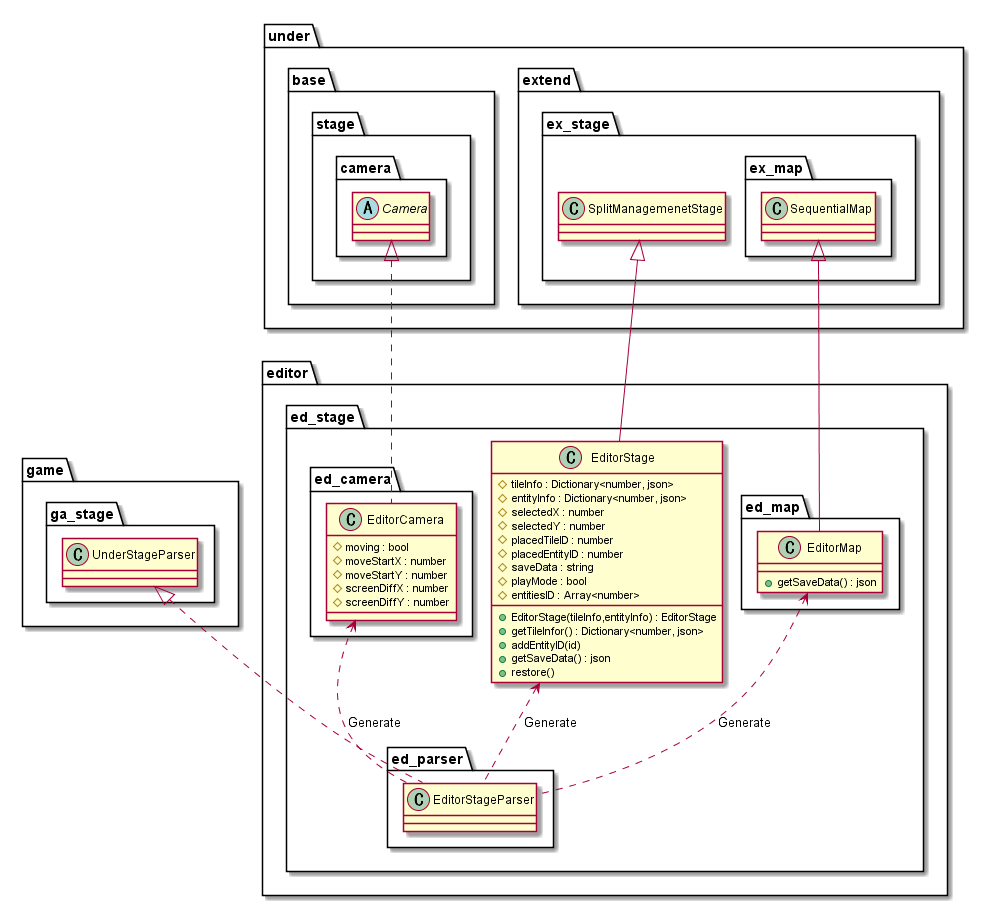
Expine/Under keeps this PlantUML diagram as out/uml/editor/Stage/EditorStage.png. Above is the earlier version.
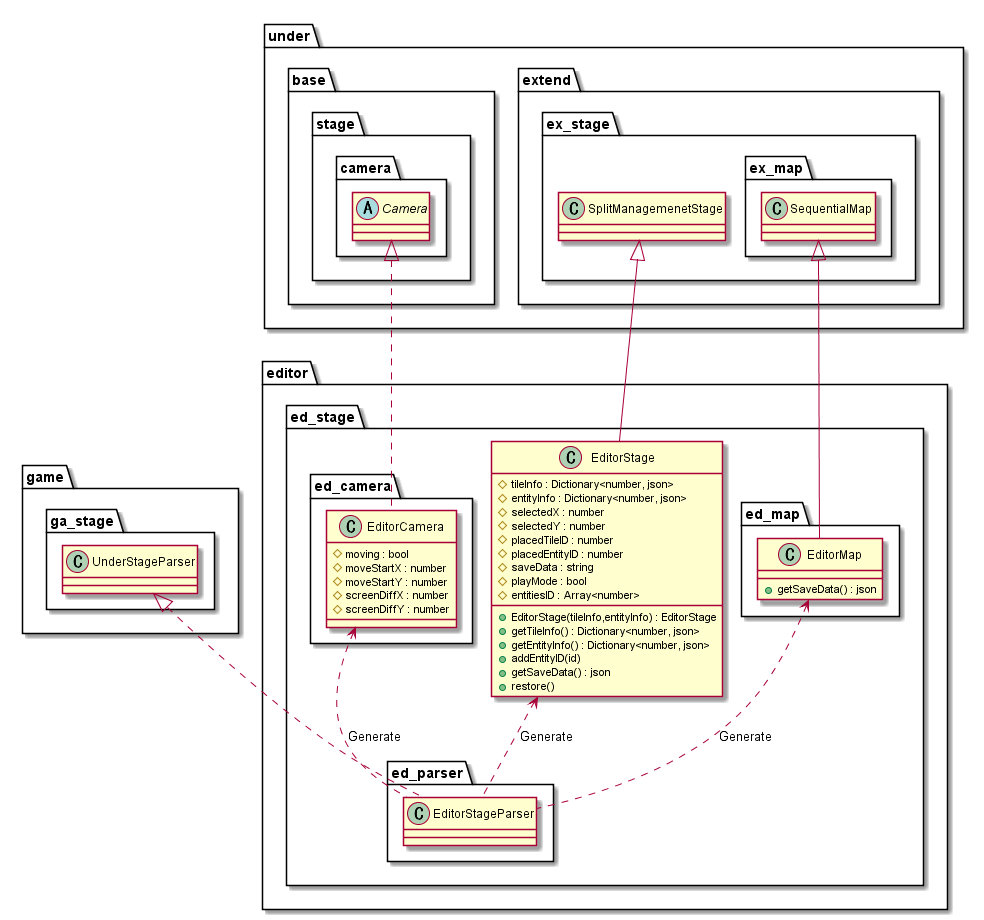
The same diagram one commit later.

What changed in the source:
```diff
@@ -13,7 +13,8 @@
             #saveData : string
             #playMode : bool
             #entitiesID : Array<number>
-            +getTileInfor() : Dictionary<number, json>
+            +getTileInfo() : Dictionary<number, json>
+            +getEntityInfo() : Dictionary<number, json>
             +addEntityID(id)
             +getSaveData() : json
             +restore()
```
